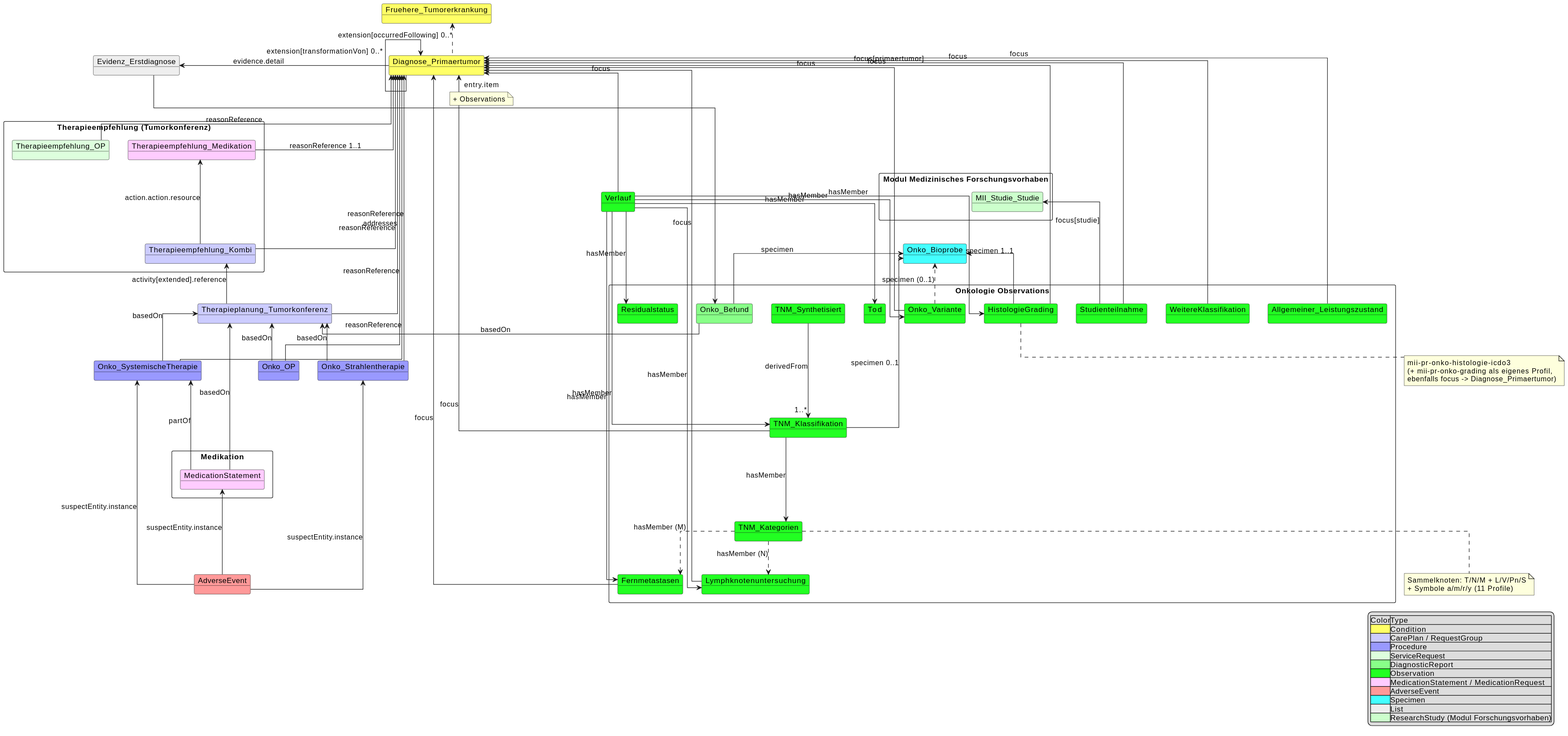
Earlier version of the PlantUML export input/images/MII_Onko_UML_Relations_v1.svg (medizininformatik-initiative/kerndatensatzmodul-onkologie).
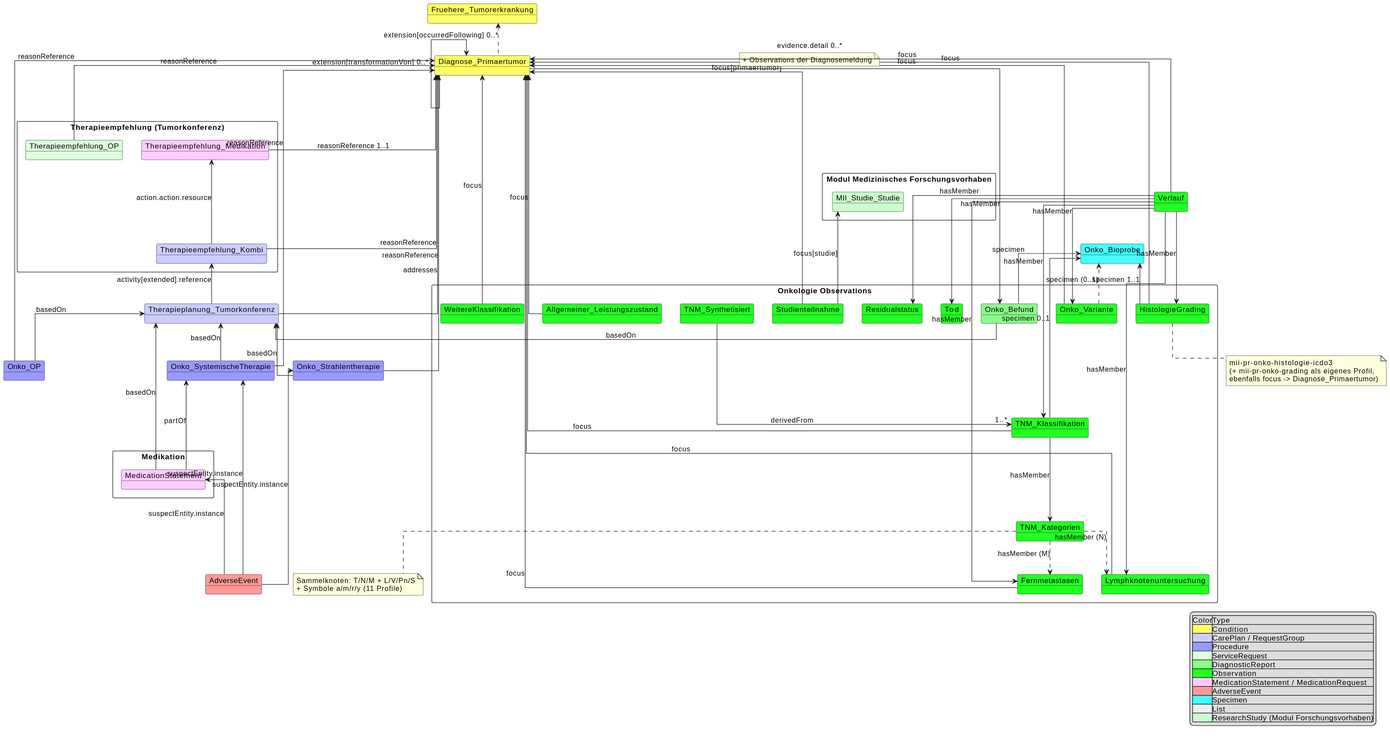
The same file after the commit.

Diff of the diagram source:
```diff
@@ -14,8 +14,6 @@
 Therapieplanung_Tumorkonferenz <--- MedicationStatement: basedOn
 object Diagnose_Primaertumor [[StructureDefinition-mii-pr-onko-diagnose-primaertumor.html]] #FFFF66
 object Fruehere_Tumorerkrankung [[StructureDefinition-mii-pr-onko-fruehere-tumorerkrankung.html]] #FFFF66
-object Evidenz_Erstdiagnose [[StructureDefinition-mii-pr-onko-liste-evidenz-erstdiagnose.html]] #EEEEEE
-Diagnose_Primaertumor --left--> Evidenz_Erstdiagnose : evidence.detail
 Diagnose_Primaertumor <-- Diagnose_Primaertumor : extension[transformationVon] 0..*
 Fruehere_Tumorerkrankung <.. Diagnose_Primaertumor : extension[occurredFollowing] 0..*
 
@@ -73,8 +71,8 @@
 MII_Studie_Studie <--- Studienteilnahme : focus[studie]
 
 Therapieplanung_Tumorkonferenz <-right-- Onko_Befund  : basedOn
-Evidenz_Erstdiagnose ---> Onko_Befund : entry.item
-note on link : + Observations
+Diagnose_Primaertumor ---> Onko_Befund : evidence.detail 0..*
+note on link : + Observations der Diagnosemeldung
 
 rectangle "Therapieempfehlung (Tumorkonferenz)" {
     object Therapieempfehlung_Kombi [[StructureDefinition-mii-pr-onko-therapieempfehlung-kombinationstherapie.html]] #CCCCFF
```
